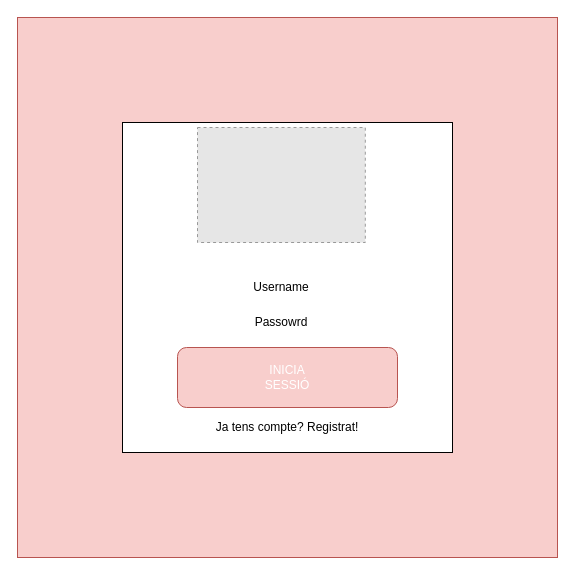
Before: fitxers/wireframes/Wiframes-login.drawio in juanjogomezvillegas/Projecte3-GCNConsellComarcal, a draw.io diagram. Source tidied: cells renumbered, new cells numbered last; positions are measured from the earlier drawing's top-left corner, leaving out a move shared by most shapes. Both pictures are drawn from the tidied source at 100%, with x=0, y=0 at pixel (17, 17). Pictures stored in the file or linked from it are replaced by grey dashed boxes.
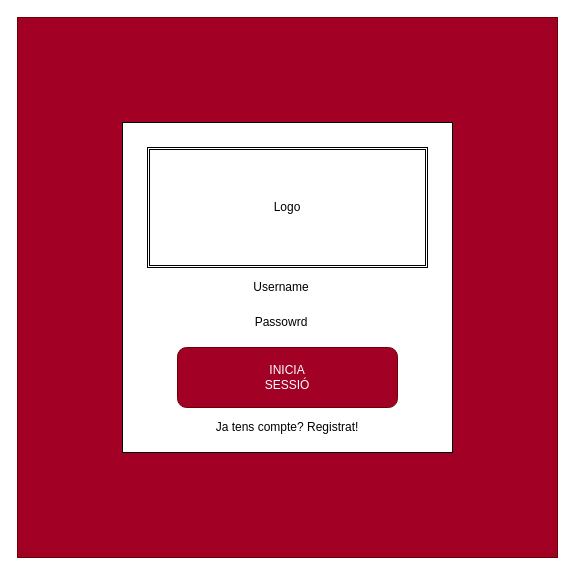
Above is the later version.

Change to the diagram source:
```diff
@@
 <mxGraphModel>
   <root>
     <mxCell id="0" />
     <mxCell id="1" parent="0" />
-    <mxCell id="2" style="whiteSpace=wrap;html=1;fillColor=#f8cecc;strokeColor=#b85450;" parent="1" vertex="1">
+    <mxCell id="2" style="whiteSpace=wrap;html=1;fillColor=#a20025;strokeColor=#6F0000;fontColor=#ffffff;" parent="1" vertex="1">
       <mxGeometry width="540" height="540" as="geometry" />
     </mxCell>
     <mxCell id="3" style="whiteSpace=wrap;html=1;" parent="1" vertex="1">
       <mxGeometry x="105" y="105" width="330" height="330" as="geometry" />
     </mxCell>
-    <mxCell id="4" style="fillColor=#E6E6E6;strokeColor=#999999;dashed=1;verticalLabelPosition=bottom;labelBackgroundColor=#ffffff;verticalAlign=top;" parent="1" vertex="1">
-      <mxGeometry x="180" y="110" width="167.8" height="115" as="geometry" />
-    </mxCell>
     <mxCell id="5" value="Username" style="text;html=1;strokeColor=none;fillColor=none;align=center;verticalAlign=middle;whiteSpace=wrap;rounded=0;" parent="1" vertex="1">
       <mxGeometry x="194" y="255" width="140" height="30" as="geometry" />
     </mxCell>
     <mxCell id="6" value="Passowrd" style="text;html=1;strokeColor=none;fillColor=none;align=center;verticalAlign=middle;whiteSpace=wrap;rounded=0;" parent="1" vertex="1">
       <mxGeometry x="194" y="290" width="140" height="30" as="geometry" />
     </mxCell>
-    <mxCell id="7" style="rounded=1;whiteSpace=wrap;html=1;fillColor=#f8cecc;strokeColor=#b85450;" parent="1" vertex="1">
+    <mxCell id="7" style="rounded=1;whiteSpace=wrap;html=1;fillColor=#a20025;strokeColor=#6F0000;fontColor=#ffffff;" parent="1" vertex="1">
       <mxGeometry x="160" y="330" width="220" height="60" as="geometry" />
     </mxCell>
     <mxCell id="8" value="&lt;font color=&quot;#ffffff&quot;&gt;INICIA SESSIÓ&lt;/font&gt;" style="text;html=1;strokeColor=none;fillColor=none;align=center;verticalAlign=middle;whiteSpace=wrap;rounded=0;" parent="1" vertex="1">
       <mxGeometry x="240" y="350" width="60" height="20" as="geometry" />
     </mxCell>
     <mxCell id="9" value="Ja tens compte? Registrat!" style="text;html=1;strokeColor=none;fillColor=none;align=center;verticalAlign=middle;whiteSpace=wrap;rounded=0;" parent="1" vertex="1">
       <mxGeometry x="130" y="400" width="280" height="20" as="geometry" />
     </mxCell>
+    <mxCell id="10" value="Logo" style="shape=ext;double=1;rounded=0;whiteSpace=wrap;html=1;" parent="1" vertex="1">
+      <mxGeometry x="130" y="130" width="280" height="120" as="geometry" />
+    </mxCell>
   </root>
 </mxGraphModel>
```
